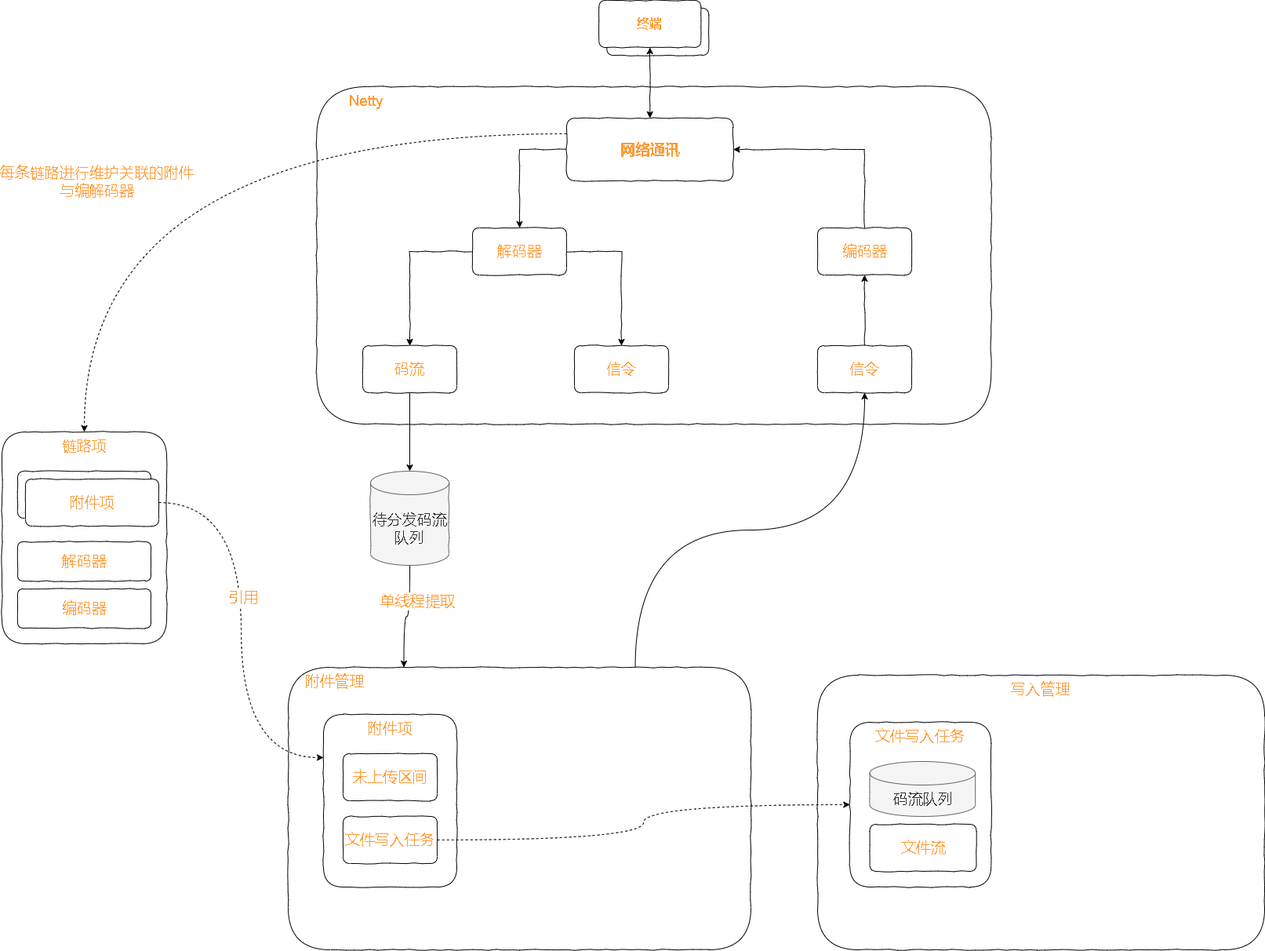
The draw.io diagram test.drawio.png in xktder/draw, before a commit. Source tidied: cells renumbered, new cells last; positions are measured from the earlier drawing's top-left corner, leaving out a move shared by most shapes.
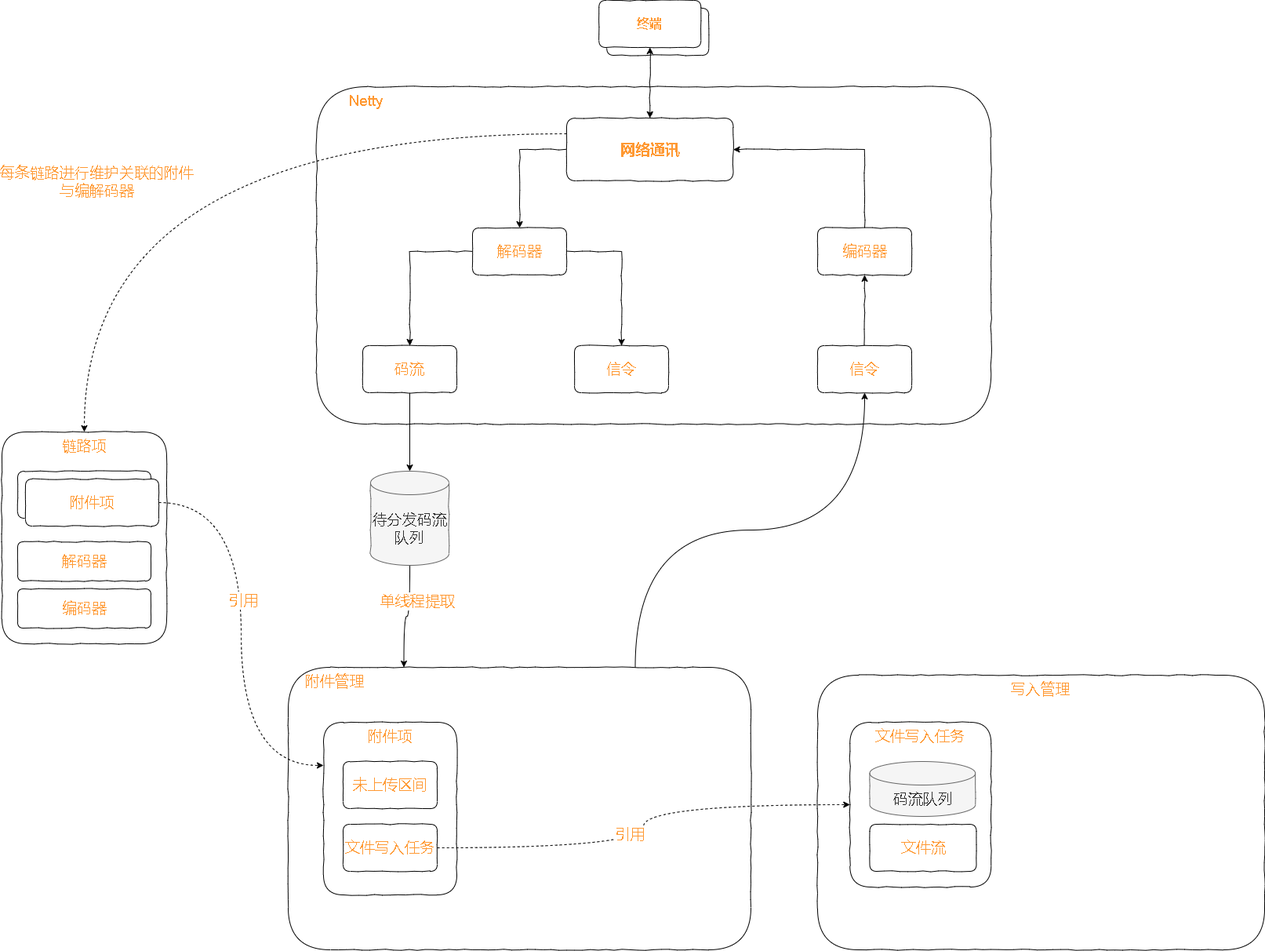
The same diagram one commit later.

What changed in the source:
```diff
@@ -80,7 +80,7 @@
       <mxGeometry x="470" y="600" width="100" height="120" as="geometry" />
     </mxCell>
     <mxCell id="27" style="group;" parent="1" vertex="1">
-      <mxGeometry x="410" y="910" width="170" height="220" as="geometry" />
+      <mxGeometry x="410" y="920" width="170" height="220" as="geometry" />
     </mxCell>
     <mxCell id="28" value="附件项" style="rounded=1;whiteSpace=wrap;html=1;comic=1;fontSize=19;fontColor=#FF9933;strokeColor=default;gradientColor=none;verticalAlign=top;" parent="27" vertex="1">
       <mxGeometry width="170" height="220" as="geometry" />
@@ -133,5 +133,8 @@
     <mxCell id="44" style="edgeStyle=orthogonalEdgeStyle;curved=1;rounded=0;comic=0;jettySize=auto;html=1;exitX=1;exitY=0.5;exitDx=0;exitDy=0;entryX=0;entryY=0.5;entryDx=0;entryDy=0;dashed=1;fontSize=19;fontColor=#FF9933;startArrow=none;startFill=0;endArrow=classic;endFill=1;" parent="1" edge="1" source="30" target="41">
       <mxGeometry relative="1" as="geometry" />
     </mxCell>
+    <mxCell id="45" value="引用" style="edgeLabel;html=1;align=center;verticalAlign=middle;fontSize=19;fontColor=#FF9933;" parent="44" vertex="1">
+      <mxGeometry x="-0.03" y="18" relative="1" as="geometry" />
+    </mxCell>
   </root>
 </mxGraphModel>
```
